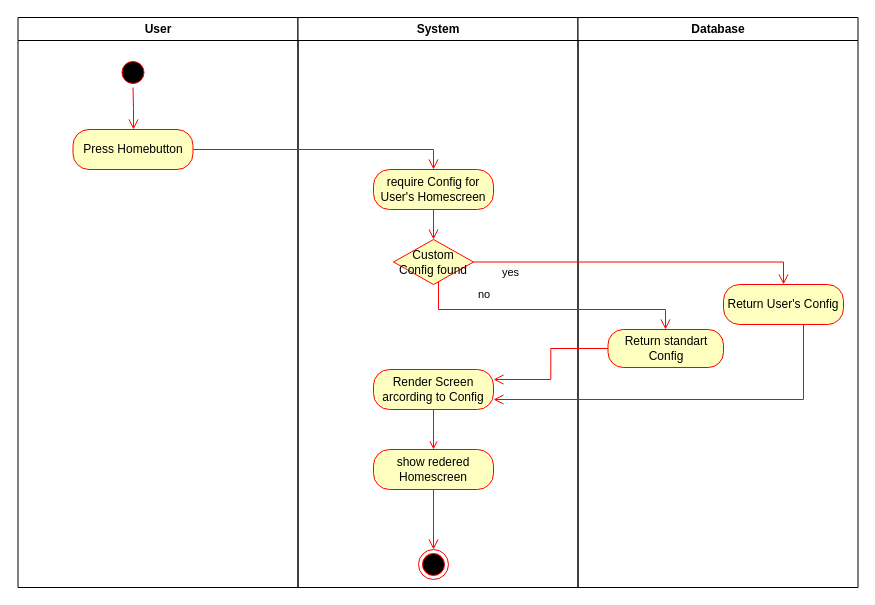
The draw.io diagram activityDiagram/ActivityDiagramm-HomeScreen.drawio in papatohu/docs, before the edit. Source tidied: cells renumbered, new cells numbered last; positions are measured from the earlier drawing's top-left corner, leaving out a move shared by most shapes. Both pictures are drawn from the tidied source at 100%, with x=0, y=0 at pixel (17, 17).
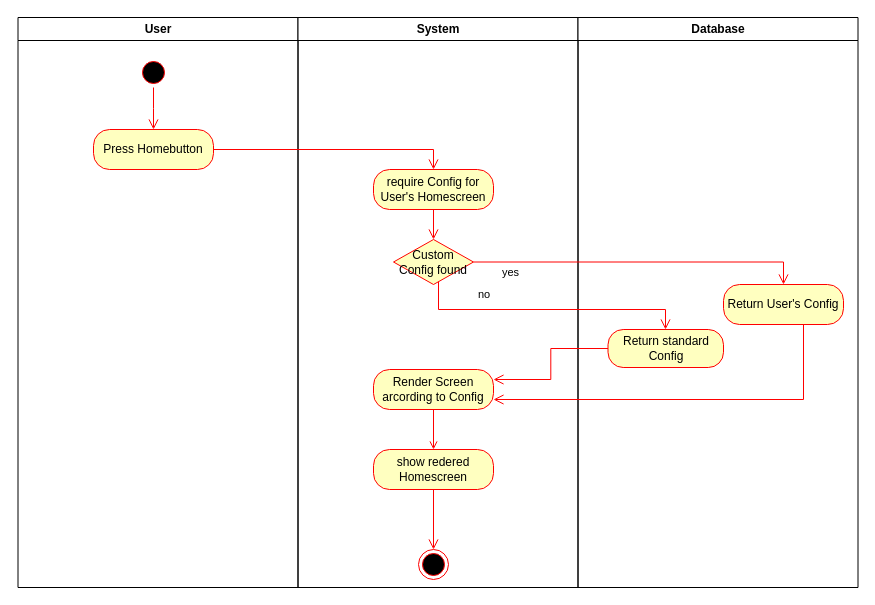
The same diagram, later.

Unchanged cells that the change refers to:
```xml
<mxCell id="2" value="User" style="swimlane;whiteSpace=wrap;startSize=23;" parent="1" vertex="1">
  <mxGeometry x="0.5" width="280" height="570" as="geometry" />
</mxCell>
<mxCell id="15" value="Database" style="swimlane;whiteSpace=wrap;" parent="1" vertex="1">
  <mxGeometry x="560.5" width="280" height="570" as="geometry" />
</mxCell>
```

Diff of the diagram source:
```diff
@@
     <mxCell id="3" style="ellipse;shape=startState;fillColor=#000000;strokeColor=#ff0000;" parent="2" vertex="1">
-      <mxGeometry x="100" y="40" width="30" height="30" as="geometry" />
+      <mxGeometry x="120.5" y="40" width="30" height="30" as="geometry" />
     </mxCell>
@@
     <mxCell id="5" value="Press Homebutton" style="rounded=1;whiteSpace=wrap;html=1;arcSize=40;fontColor=#000000;fillColor=#ffffc0;strokeColor=#ff0000;" parent="2" vertex="1">
-      <mxGeometry x="55" y="112" width="120" height="40" as="geometry" />
+      <mxGeometry x="75.5" y="112" width="120" height="40" as="geometry" />
     </mxCell>
@@
-    <mxCell id="17" value="Return standart Config" style="rounded=1;whiteSpace=wrap;html=1;arcSize=40;fontColor=#000000;fillColor=#ffffc0;strokeColor=#ff0000;" parent="15" vertex="1">
+    <mxCell id="17" value="Return standard Config" style="rounded=1;whiteSpace=wrap;html=1;arcSize=40;fontColor=#000000;fillColor=#ffffc0;strokeColor=#ff0000;" parent="15" vertex="1">
       <mxGeometry x="30" y="312" width="115.5" height="38" as="geometry" />
     </mxCell>
```
